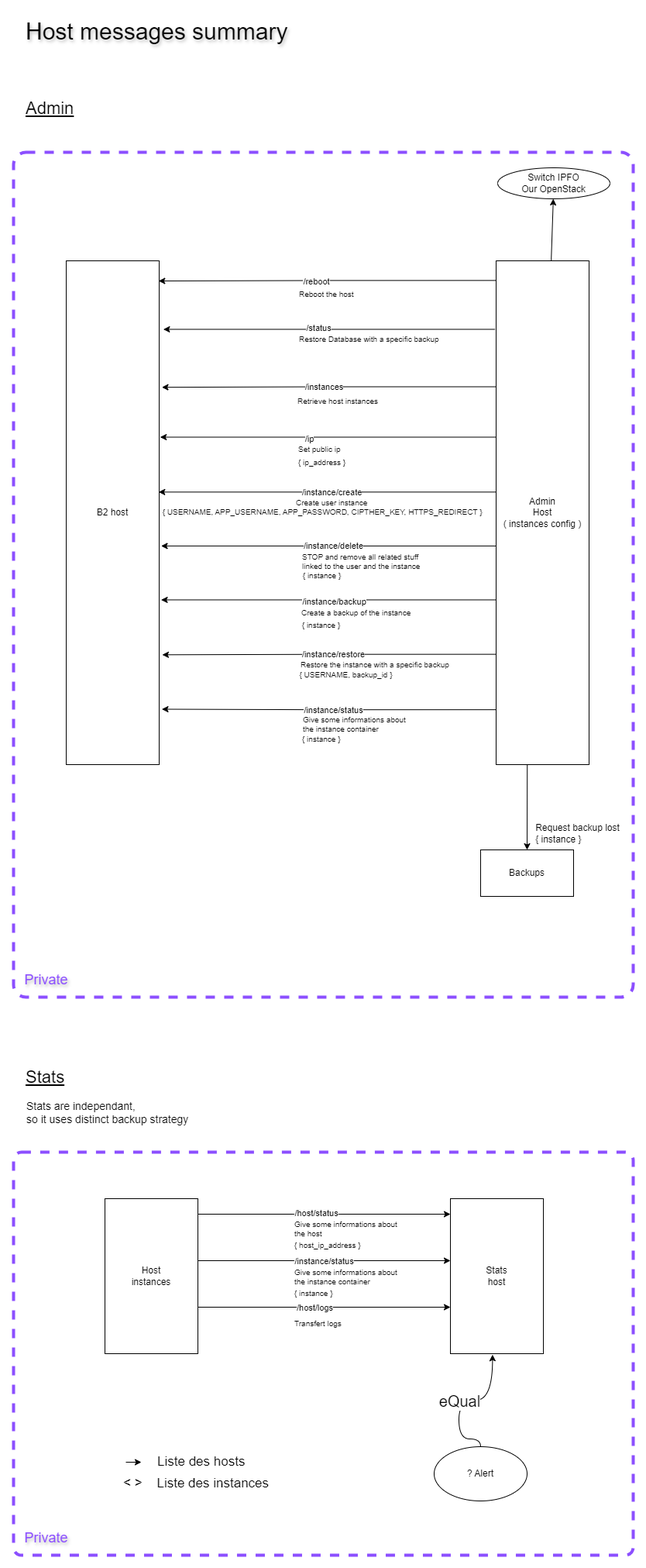
Above: doc/Host_messages_summary.png in yesbabylon/b2 (draw.io), before the change. Source tidied: cells renumbered, new cells last; positions are measured from the earlier drawing's top-left corner, leaving out a move shared by most shapes.
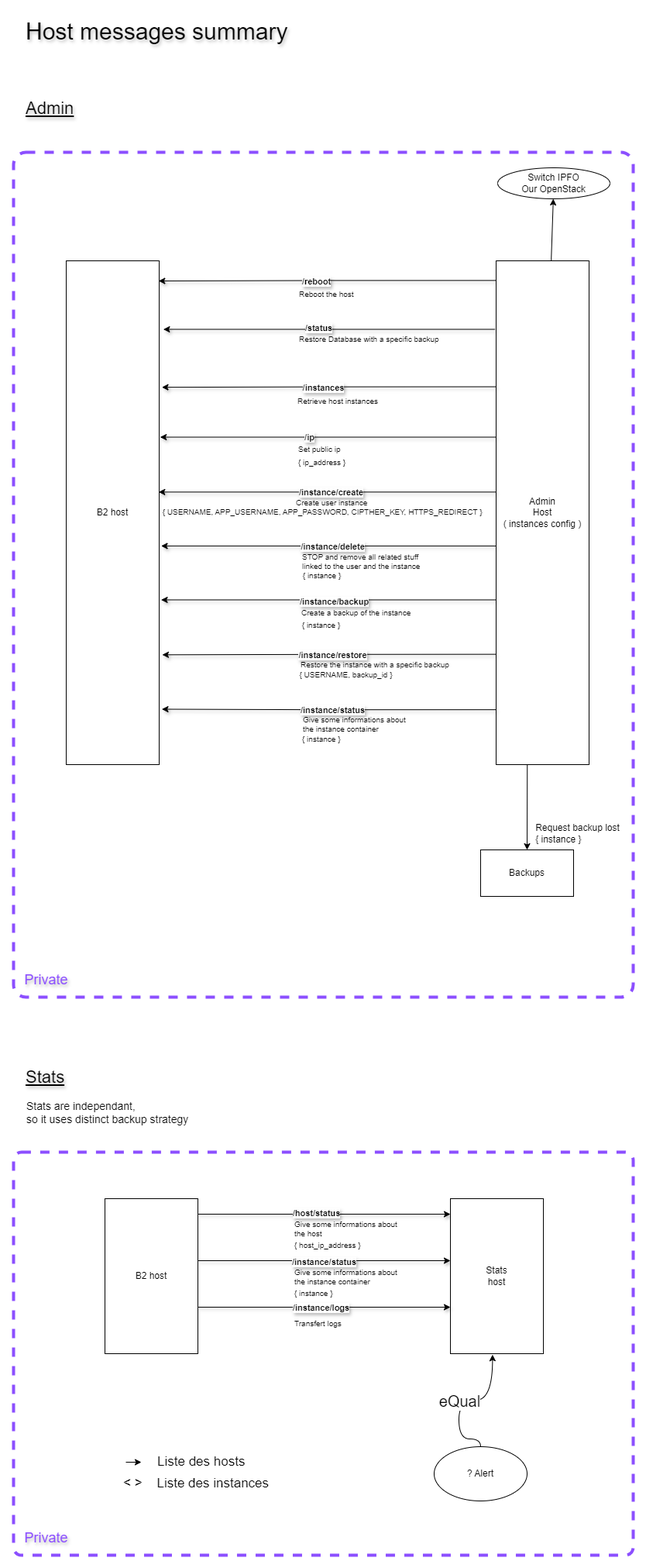
After the change.

Change to the diagram source:
```diff
@@ -14,16 +14,16 @@
     <mxCell id="5" value="&lt;font size=&quot;1&quot; style=&quot;&quot;&gt;&lt;span style=&quot;font-size: 30px;&quot;&gt;Host messages summary&lt;/span&gt;&lt;/font&gt;" style="text;html=1;align=left;verticalAlign=middle;strokeColor=none;fillColor=none;textShadow=1;" parent="1" vertex="1">
       <mxGeometry x="14" width="360" height="50" as="geometry" />
     </mxCell>
-    <mxCell id="6" value="&lt;font style=&quot;font-size: 22px;&quot;&gt;&lt;u&gt;Stats&lt;/u&gt;&lt;/font&gt;" style="text;html=1;align=left;verticalAlign=middle;strokeColor=none;fillColor=none;" parent="1" vertex="1">
+    <mxCell id="6" value="&lt;font style=&quot;font-size: 22px;&quot;&gt;&lt;u&gt;Stats&lt;/u&gt;&lt;/font&gt;" style="text;html=1;align=left;verticalAlign=middle;strokeColor=none;fillColor=none;textShadow=1;" parent="1" vertex="1">
       <mxGeometry x="14" y="1355" width="70" height="40" as="geometry" />
     </mxCell>
     <mxCell id="7" style="rounded=0;jettySize=auto;html=1;" parent="1" edge="1" source="11" target="12">
       <mxGeometry relative="1" as="geometry" />
     </mxCell>
-    <mxCell id="8" style="edgeStyle=orthogonalEdgeStyle;rounded=0;jettySize=auto;html=1;entryX=0.994;entryY=0.04;entryDx=0;entryDy=0;exitX=-0.004;exitY=0.039;exitDx=0;exitDy=0;exitPerimeter=0;entryPerimeter=0;" parent="1" edge="1" source="11" target="4">
+    <mxCell id="8" style="edgeStyle=orthogonalEdgeStyle;rounded=0;jettySize=auto;html=1;entryX=0.994;entryY=0.04;entryDx=0;entryDy=0;exitX=-0.004;exitY=0.039;exitDx=0;exitDy=0;exitPerimeter=0;entryPerimeter=0;shadow=1;textShadow=1;fontStyle=1;" parent="1" edge="1" source="11" target="4">
       <mxGeometry relative="1" as="geometry" />
     </mxCell>
-    <mxCell id="9" value="/reboot" style="edgeLabel;html=1;align=center;verticalAlign=middle;" parent="8" vertex="1">
+    <mxCell id="9" value="&lt;b&gt;/reboot&lt;/b&gt;" style="edgeLabel;html=1;align=center;verticalAlign=middle;textShadow=1;" parent="8" vertex="1">
       <mxGeometry x="-0.02" y="2" relative="1" as="geometry">
         <mxPoint x="-19" y="-1" as="offset" />
       </mxGeometry>
@@ -39,18 +39,18 @@
     <mxCell id="12" value="Switch IPFO&lt;br&gt;Our OpenStack" style="ellipse;whiteSpace=wrap;html=1;" parent="1" vertex="1">
       <mxGeometry x="625" y="201" width="145" height="40" as="geometry" />
     </mxCell>
-    <mxCell id="13" style="edgeStyle=orthogonalEdgeStyle;rounded=0;jettySize=auto;html=1;exitX=0;exitY=0.25;exitDx=0;exitDy=0;entryX=1.029;entryY=0.251;entryDx=0;entryDy=0;entryPerimeter=0;" parent="1" edge="1" source="11" target="4">
+    <mxCell id="13" style="edgeStyle=orthogonalEdgeStyle;rounded=0;jettySize=auto;html=1;exitX=0;exitY=0.25;exitDx=0;exitDy=0;entryX=1.029;entryY=0.251;entryDx=0;entryDy=0;entryPerimeter=0;shadow=1;textShadow=1;fontStyle=1;" parent="1" edge="1" source="11" target="4">
       <mxGeometry relative="1" as="geometry" />
     </mxCell>
-    <mxCell id="14" value="/instances" style="edgeLabel;html=1;align=center;verticalAlign=middle;" parent="13" vertex="1">
+    <mxCell id="14" value="&lt;b&gt;/instances&lt;/b&gt;" style="edgeLabel;html=1;align=center;verticalAlign=middle;textShadow=1;" parent="13" vertex="1">
       <mxGeometry x="-0.02" y="2" relative="1" as="geometry">
         <mxPoint x="-12" y="-2" as="offset" />
       </mxGeometry>
     </mxCell>
-    <mxCell id="15" style="edgeStyle=orthogonalEdgeStyle;rounded=0;jettySize=auto;html=1;entryX=1.045;entryY=0.136;entryDx=0;entryDy=0;exitX=-0.012;exitY=0.136;exitDx=0;exitDy=0;exitPerimeter=0;entryPerimeter=0;" parent="1" edge="1" source="11" target="4">
+    <mxCell id="15" style="edgeStyle=orthogonalEdgeStyle;rounded=0;jettySize=auto;html=1;entryX=1.045;entryY=0.136;entryDx=0;entryDy=0;exitX=-0.012;exitY=0.136;exitDx=0;exitDy=0;exitPerimeter=0;entryPerimeter=0;shadow=1;textShadow=1;fontStyle=1;" parent="1" edge="1" source="11" target="4">
       <mxGeometry relative="1" as="geometry" />
     </mxCell>
-    <mxCell id="16" value="/status" style="edgeLabel;html=1;align=center;verticalAlign=middle;" parent="15" vertex="1">
+    <mxCell id="16" value="&lt;b&gt;/status&lt;/b&gt;" style="edgeLabel;html=1;align=center;verticalAlign=middle;textShadow=1;" parent="15" vertex="1">
       <mxGeometry x="-0.02" y="2" relative="1" as="geometry">
         <mxPoint x="-19" y="-4" as="offset" />
       </mxGeometry>
@@ -64,27 +64,27 @@
     <mxCell id="19" value="Stats are independant, &lt;br&gt;so it uses distinct backup strategy" style="text;html=1;align=left;verticalAlign=middle;strokeColor=none;fillColor=none;fontSize=14;" parent="1" vertex="1">
       <mxGeometry x="15" y="1395" width="230" height="50" as="geometry" />
     </mxCell>
-    <mxCell id="20" style="edgeStyle=orthogonalEdgeStyle;rounded=0;orthogonalLoop=1;jettySize=auto;html=1;exitX=1;exitY=0.25;exitDx=0;exitDy=0;entryX=0;entryY=0.25;entryDx=0;entryDy=0;" parent="1" edge="1">
+    <mxCell id="20" style="edgeStyle=orthogonalEdgeStyle;rounded=0;orthogonalLoop=1;jettySize=auto;html=1;exitX=1;exitY=0.25;exitDx=0;exitDy=0;entryX=0;entryY=0.25;entryDx=0;entryDy=0;shadow=1;textShadow=1;fontStyle=1;" parent="1" edge="1">
       <mxGeometry relative="1" as="geometry">
         <mxPoint x="238" y="1551" as="sourcePoint" />
         <mxPoint x="564" y="1551" as="targetPoint" />
       </mxGeometry>
     </mxCell>
-    <mxCell id="21" value="/host/status" style="edgeLabel;html=1;align=center;verticalAlign=middle;" parent="20" vertex="1">
+    <mxCell id="21" value="&lt;b&gt;/host/status&lt;/b&gt;" style="edgeLabel;html=1;align=center;verticalAlign=middle;textShadow=1;" parent="20" vertex="1">
       <mxGeometry x="-0.07" y="2" relative="1" as="geometry" />
     </mxCell>
-    <mxCell id="22" style="edgeStyle=orthogonalEdgeStyle;rounded=0;orthogonalLoop=1;jettySize=auto;html=1;exitX=1;exitY=0.75;exitDx=0;exitDy=0;entryX=0;entryY=0.75;entryDx=0;entryDy=0;" parent="1" edge="1">
+    <mxCell id="22" style="edgeStyle=orthogonalEdgeStyle;rounded=0;orthogonalLoop=1;jettySize=auto;html=1;exitX=1;exitY=0.75;exitDx=0;exitDy=0;entryX=0;entryY=0.75;entryDx=0;entryDy=0;shadow=1;textShadow=1;fontStyle=1;" parent="1" edge="1">
       <mxGeometry relative="1" as="geometry">
         <mxPoint x="238" y="1611" as="sourcePoint" />
         <mxPoint x="564" y="1611" as="targetPoint" />
       </mxGeometry>
     </mxCell>
-    <mxCell id="23" value="/instance/status" style="edgeLabel;html=1;align=center;verticalAlign=middle;" parent="22" vertex="1">
+    <mxCell id="23" value="&lt;b&gt;/instance/status&lt;/b&gt;" style="edgeLabel;html=1;align=center;verticalAlign=middle;textShadow=1;" parent="22" vertex="1">
       <mxGeometry x="-0.08" y="-1" relative="1" as="geometry">
         <mxPoint x="12" as="offset" />
       </mxGeometry>
     </mxCell>
-    <mxCell id="24" value="Host&lt;br&gt;instances" style="whiteSpace=wrap;html=1;" parent="1" vertex="1">
+    <mxCell id="24" value="B2 host" style="whiteSpace=wrap;html=1;" parent="1" vertex="1">
       <mxGeometry x="118" y="1531" width="120" height="200" as="geometry" />
     </mxCell>
     <mxCell id="25" value="Stats&lt;br&gt;host" style="whiteSpace=wrap;html=1;" parent="1" vertex="1">
@@ -121,7 +121,7 @@
     <mxCell id="32" value="&lt;font color=&quot;#8c4fff&quot; style=&quot;font-size: 18px;&quot;&gt;Private&lt;/font&gt;" style="text;html=1;align=center;verticalAlign=middle;strokeColor=none;fillColor=none;textShadow=1;" parent="1" vertex="1">
       <mxGeometry x="2" y="1229" width="80" height="40" as="geometry" />
     </mxCell>
-    <mxCell id="33" value="&lt;font style=&quot;font-size: 22px;&quot;&gt;&lt;u&gt;Admin&lt;/u&gt;&lt;/font&gt;" style="text;html=1;align=left;verticalAlign=middle;strokeColor=none;fillColor=none;" parent="1" vertex="1">
+    <mxCell id="33" value="&lt;font style=&quot;font-size: 22px;&quot;&gt;&lt;u&gt;Admin&lt;/u&gt;&lt;/font&gt;" style="text;html=1;align=left;verticalAlign=middle;strokeColor=none;fillColor=none;textShadow=1;" parent="1" vertex="1">
       <mxGeometry x="14" y="105" width="90" height="40" as="geometry" />
     </mxCell>
     <mxCell id="34" value="&lt;font style=&quot;font-size: 10px;&quot;&gt;Retrieve host instances&lt;/font&gt;" style="text;html=1;align=left;verticalAlign=middle;strokeColor=none;fillColor=none;fontSize=10;" parent="1" vertex="1">
@@ -130,12 +130,12 @@
     <mxCell id="35" value="&lt;font style=&quot;font-size: 10px;&quot;&gt;Restore Database with a specific backup&lt;/font&gt;" style="text;html=1;align=left;verticalAlign=middle;strokeColor=none;fillColor=none;fontSize=10;" parent="1" vertex="1">
       <mxGeometry x="367" y="407" width="200" height="30" as="geometry" />
     </mxCell>
-    <mxCell id="36" style="edgeStyle=orthogonalEdgeStyle;rounded=0;jettySize=auto;html=1;entryX=1.01;entryY=0.35;entryDx=0;entryDy=0;exitX=0;exitY=0.35;exitDx=0;exitDy=0;exitPerimeter=0;entryPerimeter=0;" parent="1" edge="1" source="11" target="4">
+    <mxCell id="36" style="edgeStyle=orthogonalEdgeStyle;rounded=0;jettySize=auto;html=1;entryX=1.01;entryY=0.35;entryDx=0;entryDy=0;exitX=0;exitY=0.35;exitDx=0;exitDy=0;exitPerimeter=0;entryPerimeter=0;shadow=1;textShadow=1;fontStyle=1;" parent="1" edge="1" source="11" target="4">
       <mxGeometry relative="1" as="geometry" />
     </mxCell>
-    <mxCell id="37" value="/ip" style="edgeLabel;html=1;align=center;verticalAlign=middle;" parent="36" vertex="1">
+    <mxCell id="37" value="&lt;b&gt;/ip&lt;/b&gt;" style="edgeLabel;html=1;align=center;verticalAlign=middle;textShadow=1;" parent="36" vertex="1">
       <mxGeometry x="-0.02" y="2" relative="1" as="geometry">
-        <mxPoint x="-30" as="offset" />
+        <mxPoint x="-30" y="-3" as="offset" />
       </mxGeometry>
     </mxCell>
     <mxCell id="38" value="&lt;font style=&quot;font-size: 10px;&quot;&gt;{ ip_address }&lt;/font&gt;" style="text;html=1;align=left;verticalAlign=middle;strokeColor=none;fillColor=none;fontSize=10;" parent="1" vertex="1">
@@ -144,10 +144,10 @@
     <mxCell id="39" value="&lt;font style=&quot;font-size: 10px;&quot;&gt;Set public ip&lt;/font&gt;" style="text;html=1;align=left;verticalAlign=middle;strokeColor=none;fillColor=none;fontSize=10;" parent="1" vertex="1">
       <mxGeometry x="366" y="549" width="80" height="30" as="geometry" />
     </mxCell>
-    <mxCell id="40" style="edgeStyle=orthogonalEdgeStyle;rounded=0;jettySize=auto;html=1;entryX=0.994;entryY=0.459;entryDx=0;entryDy=0;exitX=0.004;exitY=0.459;exitDx=0;exitDy=0;exitPerimeter=0;entryPerimeter=0;" parent="1" edge="1" source="11" target="4">
+    <mxCell id="40" style="edgeStyle=orthogonalEdgeStyle;rounded=0;jettySize=auto;html=1;entryX=0.994;entryY=0.459;entryDx=0;entryDy=0;exitX=0.004;exitY=0.459;exitDx=0;exitDy=0;exitPerimeter=0;entryPerimeter=0;shadow=1;textShadow=1;fontStyle=1;" parent="1" edge="1" source="11" target="4">
       <mxGeometry relative="1" as="geometry" />
     </mxCell>
-    <mxCell id="41" value="/instance/create" style="edgeLabel;html=1;align=center;verticalAlign=middle;" parent="40" vertex="1">
+    <mxCell id="41" value="&lt;b&gt;/instance/create&lt;/b&gt;" style="edgeLabel;html=1;align=center;verticalAlign=middle;textShadow=1;" parent="40" vertex="1">
       <mxGeometry x="-0.02" y="2" relative="1" as="geometry">
         <mxPoint y="-2" as="offset" />
       </mxGeometry>
@@ -155,10 +155,10 @@
     <mxCell id="42" value="Create user instance" style="text;html=1;align=left;verticalAlign=middle;strokeColor=none;fillColor=none;fontSize=10;" parent="1" vertex="1">
       <mxGeometry x="363" y="618" width="120" height="30" as="geometry" />
     </mxCell>
-    <mxCell id="43" style="edgeStyle=orthogonalEdgeStyle;rounded=0;jettySize=auto;html=1;entryX=1.021;entryY=0.566;entryDx=0;entryDy=0;entryPerimeter=0;exitX=0;exitY=0.566;exitDx=0;exitDy=0;exitPerimeter=0;" parent="1" edge="1" source="11" target="4">
+    <mxCell id="43" style="edgeStyle=orthogonalEdgeStyle;rounded=0;jettySize=auto;html=1;entryX=1.021;entryY=0.566;entryDx=0;entryDy=0;entryPerimeter=0;exitX=0;exitY=0.566;exitDx=0;exitDy=0;exitPerimeter=0;shadow=1;textShadow=1;fontStyle=1;" parent="1" edge="1" source="11" target="4">
       <mxGeometry relative="1" as="geometry" />
     </mxCell>
-    <mxCell id="44" value="/instance/delete" style="edgeLabel;html=1;align=center;verticalAlign=middle;" parent="43" vertex="1">
+    <mxCell id="44" value="&lt;b&gt;/instance/delete&lt;/b&gt;" style="edgeLabel;html=1;align=center;verticalAlign=middle;textShadow=1;" parent="43" vertex="1">
       <mxGeometry x="-0.02" y="2" relative="1" as="geometry">
         <mxPoint y="-2" as="offset" />
       </mxGeometry>
@@ -169,10 +169,10 @@
     <mxCell id="46" value="STOP and remove all related stuff &lt;br&gt;linked to the user and the instance" style="text;html=1;align=left;verticalAlign=middle;strokeColor=none;fillColor=none;fontSize=10;" parent="1" vertex="1">
       <mxGeometry x="371" y="689" width="180" height="40" as="geometry" />
     </mxCell>
-    <mxCell id="47" style="edgeStyle=orthogonalEdgeStyle;rounded=0;jettySize=auto;html=1;entryX=1.021;entryY=0.673;entryDx=0;entryDy=0;exitX=-0.004;exitY=0.673;exitDx=0;exitDy=0;exitPerimeter=0;entryPerimeter=0;" parent="1" edge="1" source="11" target="4">
+    <mxCell id="47" style="edgeStyle=orthogonalEdgeStyle;rounded=0;jettySize=auto;html=1;entryX=1.021;entryY=0.673;entryDx=0;entryDy=0;exitX=-0.004;exitY=0.673;exitDx=0;exitDy=0;exitPerimeter=0;entryPerimeter=0;shadow=1;textShadow=1;fontStyle=1;" parent="1" edge="1" source="11" target="4">
       <mxGeometry relative="1" as="geometry" />
     </mxCell>
-    <mxCell id="48" value="/instance/backup" style="edgeLabel;html=1;align=center;verticalAlign=middle;" parent="47" vertex="1">
+    <mxCell id="48" value="&lt;b&gt;/instance/backup&lt;/b&gt;" style="edgeLabel;html=1;align=center;verticalAlign=middle;textShadow=1;" parent="47" vertex="1">
       <mxGeometry x="-0.02" y="2" relative="1" as="geometry">
         <mxPoint x="2" as="offset" />
       </mxGeometry>
@@ -180,10 +180,10 @@
     <mxCell id="49" value="&lt;font style=&quot;font-size: 10px;&quot;&gt;Create a backup of the instance&lt;/font&gt;" style="text;html=1;align=left;verticalAlign=middle;strokeColor=none;fillColor=none;fontSize=10;" parent="1" vertex="1">
       <mxGeometry x="370" y="760" width="160" height="30" as="geometry" />
     </mxCell>
-    <mxCell id="50" style="edgeStyle=orthogonalEdgeStyle;rounded=0;jettySize=auto;html=1;entryX=1.033;entryY=0.782;entryDx=0;entryDy=0;exitX=0.004;exitY=0.781;exitDx=0;exitDy=0;exitPerimeter=0;entryPerimeter=0;" parent="1" edge="1" source="11" target="4">
+    <mxCell id="50" style="edgeStyle=orthogonalEdgeStyle;rounded=0;jettySize=auto;html=1;entryX=1.033;entryY=0.782;entryDx=0;entryDy=0;exitX=0.004;exitY=0.781;exitDx=0;exitDy=0;exitPerimeter=0;entryPerimeter=0;shadow=1;textShadow=1;fontStyle=1;" parent="1" edge="1" source="11" target="4">
       <mxGeometry relative="1" as="geometry" />
     </mxCell>
-    <mxCell id="51" value="/instance/restore" style="edgeLabel;html=1;align=center;verticalAlign=middle;" parent="50" vertex="1">
+    <mxCell id="51" value="&lt;b&gt;/instance/restore&lt;/b&gt;" style="edgeLabel;html=1;align=center;verticalAlign=middle;textShadow=1;" parent="50" vertex="1">
       <mxGeometry x="-0.02" y="2" relative="1" as="geometry">
         <mxPoint y="-2" as="offset" />
       </mxGeometry>
@@ -194,10 +194,10 @@
     <mxCell id="53" value="&lt;font style=&quot;font-size: 10px;&quot;&gt;Restore the instance with a specific backup&lt;/font&gt;" style="text;html=1;align=left;verticalAlign=middle;strokeColor=none;fillColor=none;fontSize=10;" parent="1" vertex="1">
       <mxGeometry x="369" y="827" width="220" height="30" as="geometry" />
     </mxCell>
-    <mxCell id="54" style="edgeStyle=orthogonalEdgeStyle;rounded=0;jettySize=auto;html=1;entryX=1.029;entryY=0.89;entryDx=0;entryDy=0;entryPerimeter=0;exitX=0.004;exitY=0.891;exitDx=0;exitDy=0;exitPerimeter=0;" parent="1" edge="1" source="11" target="4">
+    <mxCell id="54" style="edgeStyle=orthogonalEdgeStyle;rounded=0;jettySize=auto;html=1;entryX=1.029;entryY=0.89;entryDx=0;entryDy=0;entryPerimeter=0;exitX=0.004;exitY=0.891;exitDx=0;exitDy=0;exitPerimeter=0;shadow=1;textShadow=1;fontStyle=1;" parent="1" edge="1" source="11" target="4">
       <mxGeometry relative="1" as="geometry" />
     </mxCell>
-    <mxCell id="55" value="/instance/status" style="edgeLabel;html=1;align=center;verticalAlign=middle;" parent="54" vertex="1">
+    <mxCell id="55" value="&lt;b&gt;/instance/status&lt;/b&gt;" style="edgeLabel;html=1;align=center;verticalAlign=middle;textShadow=1;" parent="54" vertex="1">
       <mxGeometry x="-0.02" y="2" relative="1" as="geometry">
         <mxPoint y="-2" as="offset" />
       </mxGeometry>
@@ -217,14 +217,16 @@
     <mxCell id="60" value="&lt;font color=&quot;#8c4fff&quot; style=&quot;font-size: 18px;&quot;&gt;Private&lt;/font&gt;" style="text;html=1;align=center;verticalAlign=middle;strokeColor=none;fillColor=none;textShadow=1;" parent="1" vertex="1">
       <mxGeometry x="2" y="1949" width="80" height="40" as="geometry" />
     </mxCell>
-    <mxCell id="61" style="edgeStyle=orthogonalEdgeStyle;rounded=0;orthogonalLoop=1;jettySize=auto;html=1;exitX=1;exitY=0.75;exitDx=0;exitDy=0;entryX=0;entryY=0.75;entryDx=0;entryDy=0;" parent="1" edge="1">
+    <mxCell id="61" style="edgeStyle=orthogonalEdgeStyle;rounded=0;orthogonalLoop=1;jettySize=auto;html=1;exitX=1;exitY=0.75;exitDx=0;exitDy=0;entryX=0;entryY=0.75;entryDx=0;entryDy=0;shadow=1;textShadow=1;fontStyle=1;" parent="1" edge="1">
       <mxGeometry relative="1" as="geometry">
         <mxPoint x="238" y="1671" as="sourcePoint" />
         <mxPoint x="564" y="1671" as="targetPoint" />
       </mxGeometry>
     </mxCell>
-    <mxCell id="62" value="/host/logs" style="edgeLabel;html=1;align=center;verticalAlign=middle;" parent="61" vertex="1">
-      <mxGeometry x="-0.08" y="-1" relative="1" as="geometry" />
+    <mxCell id="62" value="&lt;b&gt;/instance/logs&lt;/b&gt;" style="edgeLabel;html=1;align=center;verticalAlign=middle;textShadow=1;" parent="61" vertex="1">
+      <mxGeometry x="-0.08" y="-1" relative="1" as="geometry">
+        <mxPoint x="8" y="-1" as="offset" />
+      </mxGeometry>
     </mxCell>
     <mxCell id="63" value="&lt;font style=&quot;font-size: 10px;&quot;&gt;{ host_ip_address }&lt;/font&gt;" style="text;html=1;align=left;verticalAlign=middle;strokeColor=none;fillColor=none;fontSize=10;" parent="1" vertex="1">
       <mxGeometry x="361" y="1576" width="110" height="30" as="geometry" />
```
